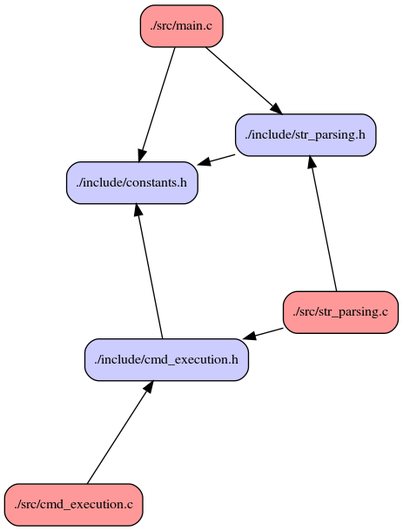
Earlier version of the Graphviz export modules_interdependency.png (FyodorPotseluev/my_shell). Its source is kept beside it as modules_interdependency.dot.
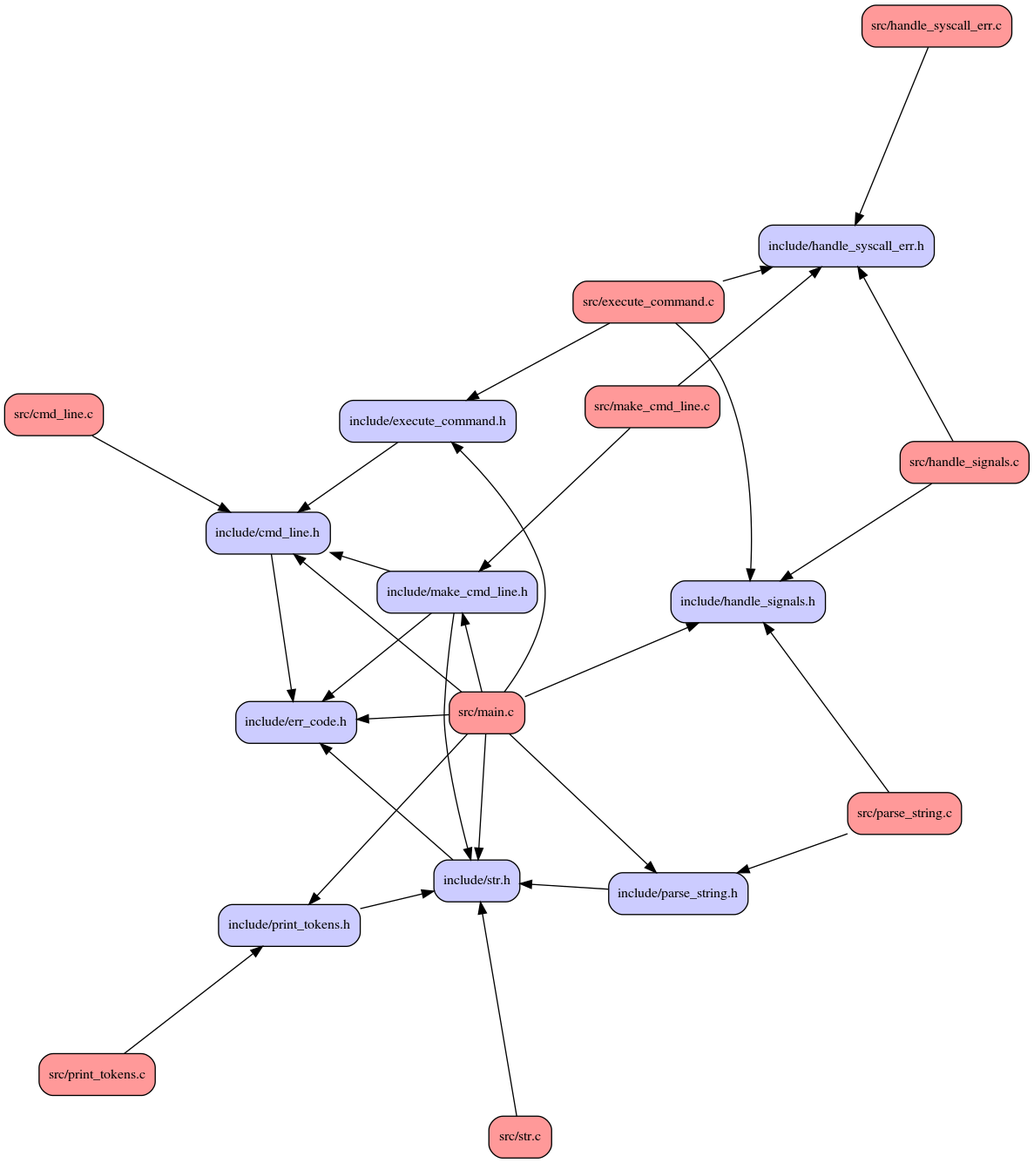
Above is the later version.

Diff of the diagram source:
```diff
@@ -5,18 +5,52 @@
 
     node [shape=Mrecord, fontsize=12]
 
-    node [fillcolor="#ccccff", style=filled] "./include/cmd_execution.h" [label = "./include/cmd_execution.h"]
-    node [fillcolor="#ccccff", style=filled] "./include/constants.h"     [label = "./include/constants.h"]
-    node [fillcolor="#ccccff", style=filled] "./include/str_parsing.h"   [label = "./include/str_parsing.h"]
-    node [fillcolor="#ff9999", style=filled] "./src/cmd_execution.c"     [label = "./src/cmd_execution.c"]
-    node [fillcolor="#ff9999", style=filled] "./src/main.c"              [label = "./src/main.c"]
-    node [fillcolor="#ff9999", style=filled] "./src/str_parsing.c"       [label = "./src/str_parsing.c"]
+    node [fillcolor="#ccccff", style=filled] "include/cmd_line.h"           [label = "include/cmd_line.h"]
+    node [fillcolor="#ccccff", style=filled] "include/err_code.h"           [label = "include/err_code.h"]
+    node [fillcolor="#ccccff", style=filled] "include/execute_command.h"    [label = "include/execute_command.h"]
+    node [fillcolor="#ccccff", style=filled] "include/handle_signals.h"     [label = "include/handle_signals.h"]
+    node [fillcolor="#ccccff", style=filled] "include/handle_syscall_err.h" [label = "include/handle_syscall_err.h"]
+    node [fillcolor="#ccccff", style=filled] "include/make_cmd_line.h"      [label = "include/make_cmd_line.h"]
+    node [fillcolor="#ccccff", style=filled] "include/parse_string.h"       [label = "include/parse_string.h"]
+    node [fillcolor="#ccccff", style=filled] "include/print_tokens.h"       [label = "include/print_tokens.h"]
+    node [fillcolor="#ccccff", style=filled] "include/str.h"                [label = "include/str.h"]
+    node [fillcolor="#ff9999", style=filled] "src/cmd_line.c"               [label = "src/cmd_line.c"]
+    node [fillcolor="#ff9999", style=filled] "src/execute_command.c"        [label = "src/execute_command.c"]
+    node [fillcolor="#ff9999", style=filled] "src/handle_signals.c"         [label = "src/handle_signals.c"]
+    node [fillcolor="#ff9999", style=filled] "src/handle_syscall_err.c"     [label = "src/handle_syscall_err.c"]
+    node [fillcolor="#ff9999", style=filled] "src/main.c"                   [label = "src/main.c"]
+    node [fillcolor="#ff9999", style=filled] "src/make_cmd_line.c"          [label = "src/make_cmd_line.c"]
+    node [fillcolor="#ff9999", style=filled] "src/parse_string.c"           [label = "src/parse_string.c"]
+    node [fillcolor="#ff9999", style=filled] "src/print_tokens.c"           [label = "src/print_tokens.c"]
+    node [fillcolor="#ff9999", style=filled] "src/str.c"                    [label = "src/str.c"]
 
-    "./include/cmd_execution.h" -> "./include/constants.h"
-    "./include/str_parsing.h"   -> "./include/constants.h"
-    "./src/cmd_execution.c"     -> "./include/cmd_execution.h"
-    "./src/main.c"              -> "./include/str_parsing.h"
-    "./src/main.c"              -> "./include/constants.h"
-    "./src/str_parsing.c"       -> "./include/cmd_execution.h"
-    "./src/str_parsing.c"       -> "./include/str_parsing.h"
+    "include/cmd_line.h"           -> "include/err_code.h"
+    "include/execute_command.h"    -> "include/cmd_line.h"
+    "include/make_cmd_line.h"      -> "include/cmd_line.h"
+    "include/make_cmd_line.h"      -> "include/err_code.h"
+    "include/make_cmd_line.h"      -> "include/str.h"
+    "include/parse_string.h"       -> "include/str.h"
+    "include/print_tokens.h"       -> "include/str.h"
+    "include/str.h"                -> "include/err_code.h"
+    "src/cmd_line.c"               -> "include/cmd_line.h"
+    "src/execute_command.c"        -> "include/execute_command.h"
+    "src/execute_command.c"        -> "include/handle_syscall_err.h"
+    "src/execute_command.c"        -> "include/handle_signals.h"
+    "src/handle_signals.c"         -> "include/handle_signals.h"
+    "src/handle_signals.c"         -> "include/handle_syscall_err.h"
+    "src/handle_syscall_err.c"     -> "include/handle_syscall_err.h"
+    "src/main.c"                   -> "include/cmd_line.h"
+    "src/main.c"                   -> "include/err_code.h"
+    "src/main.c"                   -> "include/make_cmd_line.h"
+    "src/main.c"                   -> "include/execute_command.h"
+    "src/main.c"                   -> "include/print_tokens.h"
+    "src/main.c"                   -> "include/handle_signals.h"
+    "src/main.c"                   -> "include/parse_string.h"
+    "src/main.c"                   -> "include/str.h"
+    "src/make_cmd_line.c"          -> "include/make_cmd_line.h"
+    "src/make_cmd_line.c"          -> "include/handle_syscall_err.h"
+    "src/parse_string.c"           -> "include/parse_string.h"
+    "src/parse_string.c"           -> "include/handle_signals.h"
+    "src/print_tokens.c"           -> "include/print_tokens.h"
+    "src/str.c"                    -> "include/str.h"
 }
```
